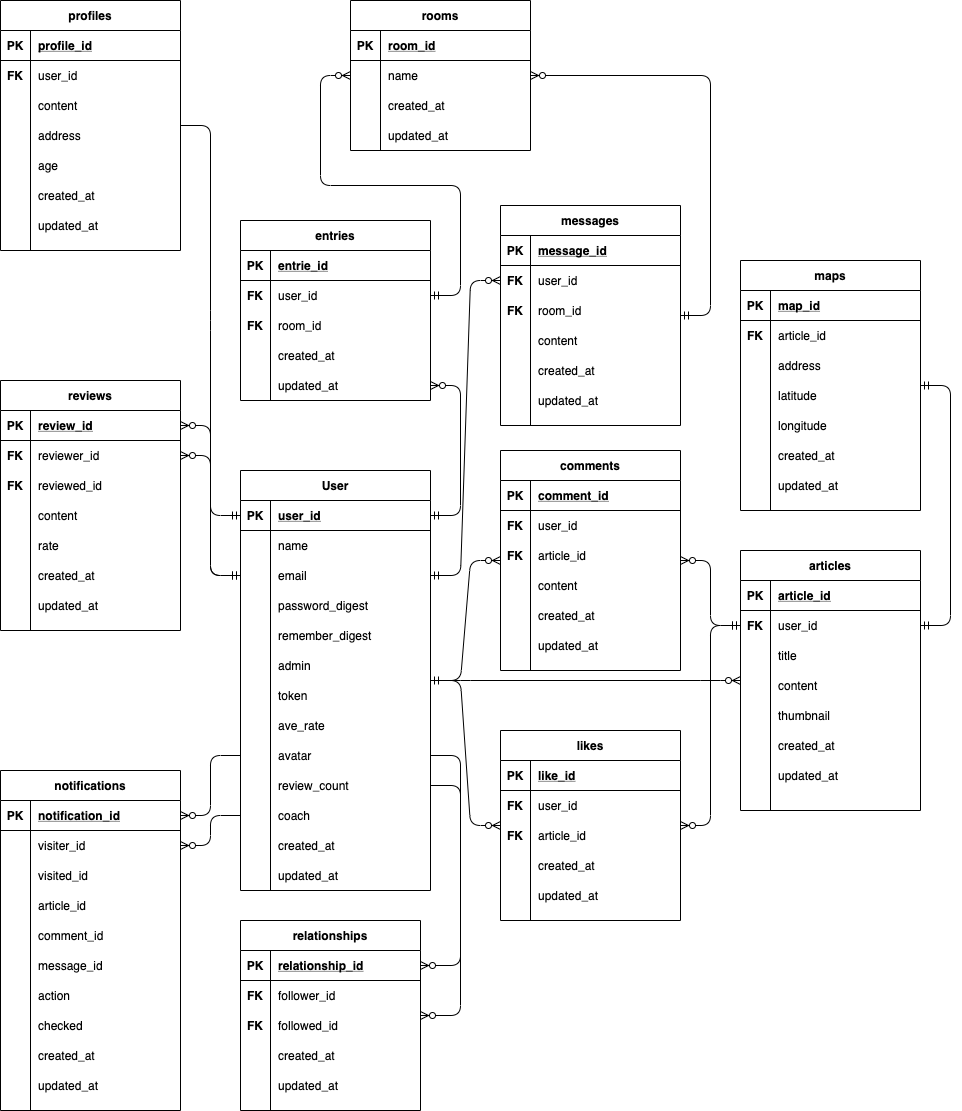
Earlier version of the draw.io export README_images/ER_diagram.png (shunsuke-go/coach-app). Source tidied: cells renumbered, new cells last; positions are measured from the earlier drawing's top-left corner, leaving out a move shared by most shapes.
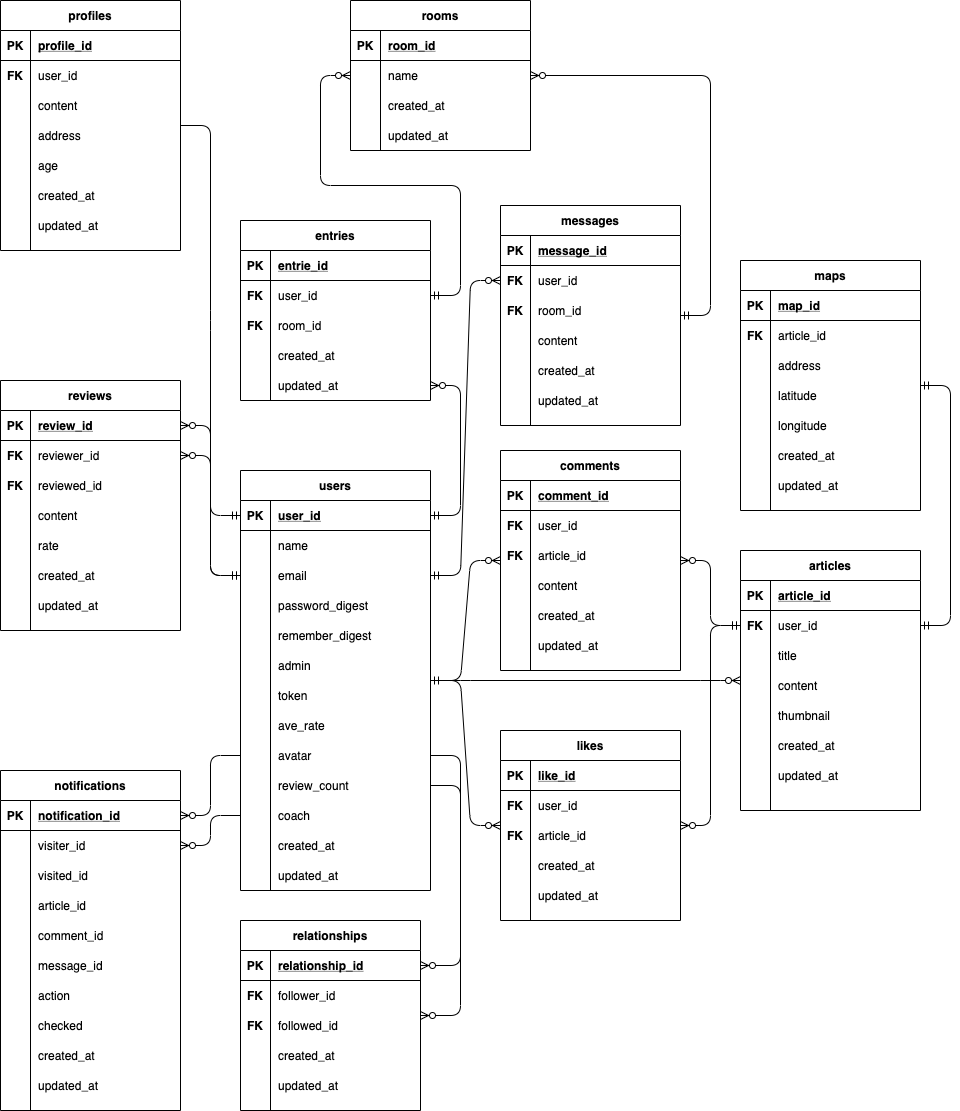
After the change.

The edit, as a diff of the source:
```diff
@@ -2,7 +2,7 @@
   <root>
     <mxCell id="0" />
     <mxCell id="1" parent="0" />
-    <mxCell id="2" value="User" style="shape=table;startSize=30;rowLines=0;fontStyle=1;align=center;" parent="1" vertex="1">
+    <mxCell id="2" value="users" style="shape=table;startSize=30;rowLines=0;fontStyle=1;align=center;" parent="1" vertex="1">
       <mxGeometry x="240" y="470" width="190" height="420" as="geometry" />
     </mxCell>
     <mxCell id="3" style="shape=partialRectangle;fillColor=none;top=0;left=0;bottom=1;right=0;points=[[0,0.5],[1,0.5]];portConstraint=eastwest;" parent="2" vertex="1">
```
